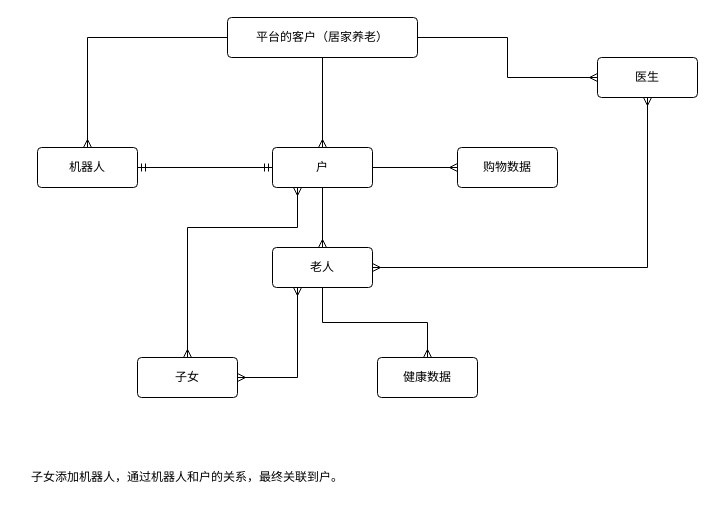
Kevin-Huang-NZ/notes keeps this draw.io diagram as draw.io/Untitled Diagram.drawio. Above is the earlier version. Source tidied: cells renumbered, new cells numbered last; positions are measured from the earlier drawing's top-left corner, leaving out a move shared by most shapes. Both pictures are drawn from the tidied source at 100%, with x=0, y=0 at pixel (17, 17).
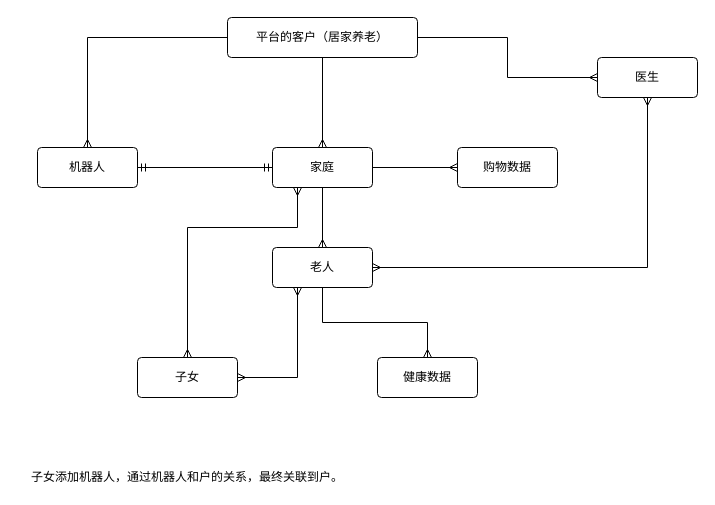
The same diagram, later.

What changed in the source:
```diff
@@
-    <mxCell id="11" value="户" style="rounded=1;arcSize=10;whiteSpace=wrap;html=1;align=center;" parent="1" vertex="1">
+    <mxCell id="11" value="家庭" style="rounded=1;arcSize=10;whiteSpace=wrap;html=1;align=center;" parent="1" vertex="1">
       <mxGeometry x="255" y="130" width="100" height="40" as="geometry" />
     </mxCell>
```
